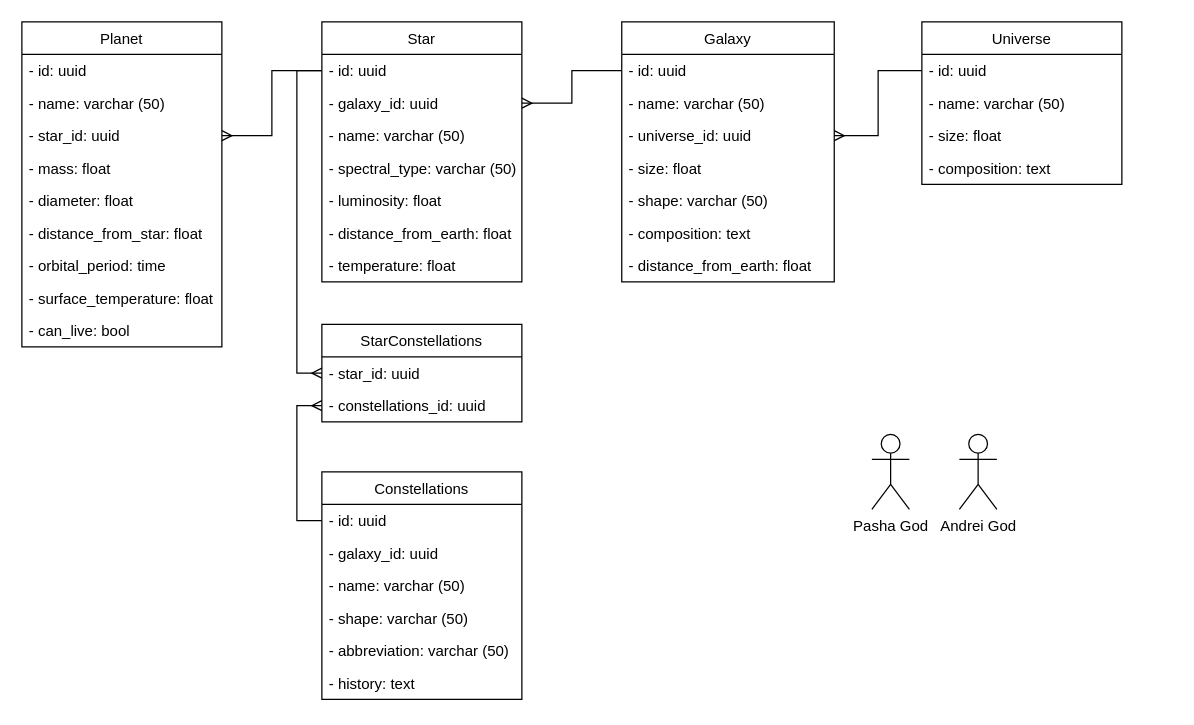
Earlier version of the draw.io diagram db_diagram.drawio (ZetoOfficial/star). Source tidied: cells renumbered, new cells numbered last; positions are measured from the earlier drawing's top-left corner, leaving out a move shared by most shapes. Both pictures are drawn from the tidied source at 125%, with x=0, y=0 at pixel (21, 21).
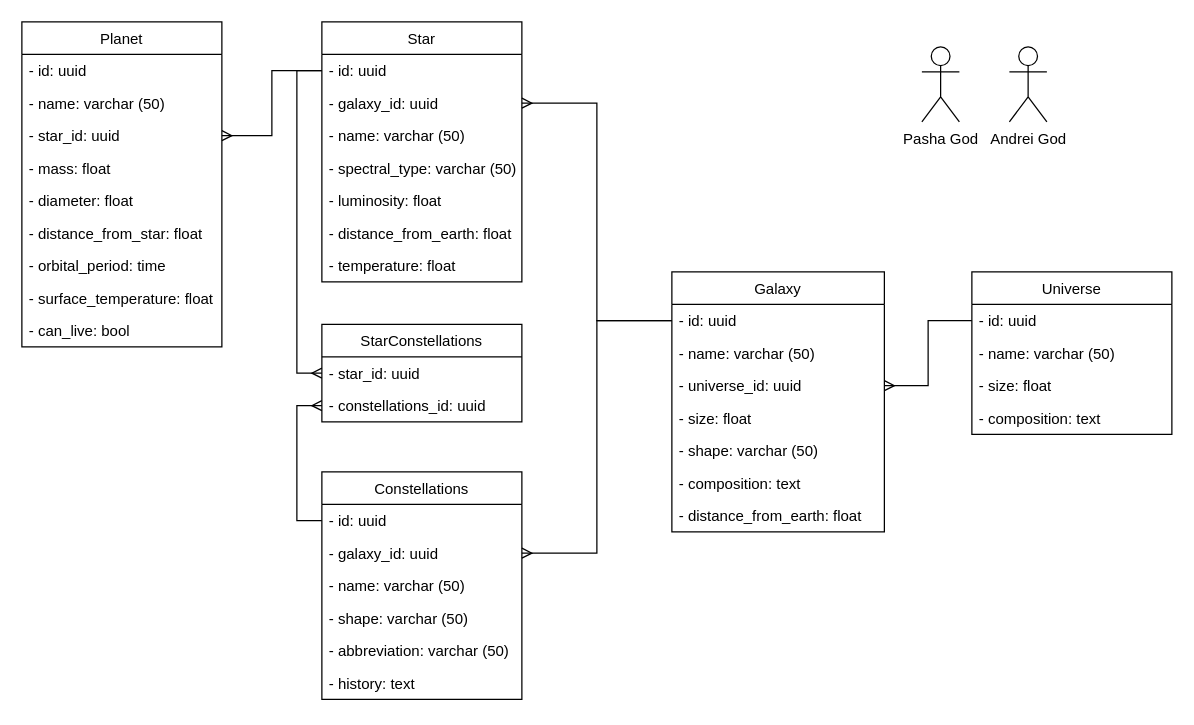
The same page after the edit.

Commit message:
добавил стрелочку от Constellations к Galaxy

The change refers to these unchanged cells:
```xml
<mxCell id="9" value="- id: uuid" style="text;strokeColor=none;fillColor=none;align=left;verticalAlign=top;spacingLeft=4;spacingRight=4;overflow=hidden;points=[[0,0.5],[1,0.5]];portConstraint=eastwest;" parent="8" vertex="1">
  <mxGeometry y="26" width="170" height="26" as="geometry" />
</mxCell>
<mxCell id="28" value="- galaxy_id: uuid" style="text;strokeColor=none;fillColor=none;align=left;verticalAlign=top;spacingLeft=4;spacingRight=4;overflow=hidden;points=[[0,0.5],[1,0.5]];portConstraint=eastwest;" parent="26" vertex="1">
  <mxGeometry y="52" width="160" height="26" as="geometry" />
</mxCell>
```

The edit, as a diff of the source:
```diff
@@
     <mxCell id="3" value="Universe" style="swimlane;fontStyle=0;align=center;verticalAlign=top;horizontal=1;startSize=26;" parent="1" vertex="1">
-      <mxGeometry x="720" width="160" height="130" as="geometry" />
+      <mxGeometry x="760" y="200" width="160" height="130" as="geometry" />
     </mxCell>
@@
     <mxCell id="8" value="Galaxy" style="swimlane;fontStyle=0;horizontal=1;startSize=26;fillColor=default;" parent="1" vertex="1">
-      <mxGeometry x="479.9" width="170" height="208" as="geometry" />
+      <mxGeometry x="520" y="200" width="170" height="208" as="geometry" />
     </mxCell>
@@
     <mxCell id="41" value="Andrei God" style="shape=umlActor;verticalLabelPosition=bottom;verticalAlign=top;html=1;" parent="1" vertex="1">
-      <mxGeometry x="750" y="330" width="30" height="60" as="geometry" />
+      <mxGeometry x="790" y="20" width="30" height="60" as="geometry" />
     </mxCell>
     <mxCell id="42" value="Pasha God" style="shape=umlActor;verticalLabelPosition=bottom;verticalAlign=top;html=1;" parent="1" vertex="1">
-      <mxGeometry x="680" y="330" width="30" height="60" as="geometry" />
+      <mxGeometry x="720" y="20" width="30" height="60" as="geometry" />
     </mxCell>
@@
+    <mxCell id="51" style="edgeStyle=orthogonalEdgeStyle;rounded=0;jettySize=auto;html=1;entryX=0;entryY=0.5;entryDx=0;entryDy=0;endArrow=none;endFill=0;startArrow=ERmany;startFill=0;" parent="1" edge="1" source="28" target="9">
+      <mxGeometry relative="1" as="geometry" />
+    </mxCell>
```
